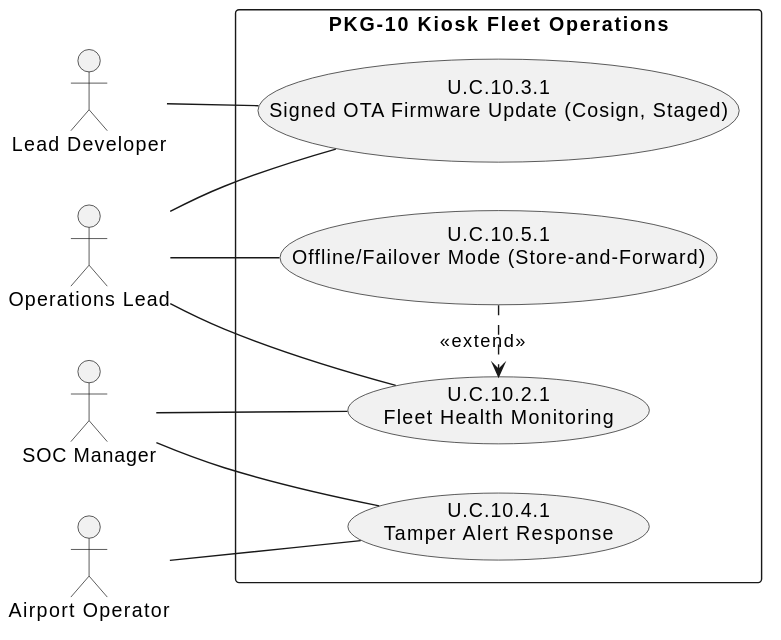
pauloribeiro16/Methodology_compact keeps this PlantUML diagram as 02_CASES/Case_02_SecureBorder_Solutions/03_PHASE3_DECOMPOSITION/annexes/svg/A_s4_pkg_10_kiosk_fleet_operations_4_use_case.svg. Above is the earlier version.
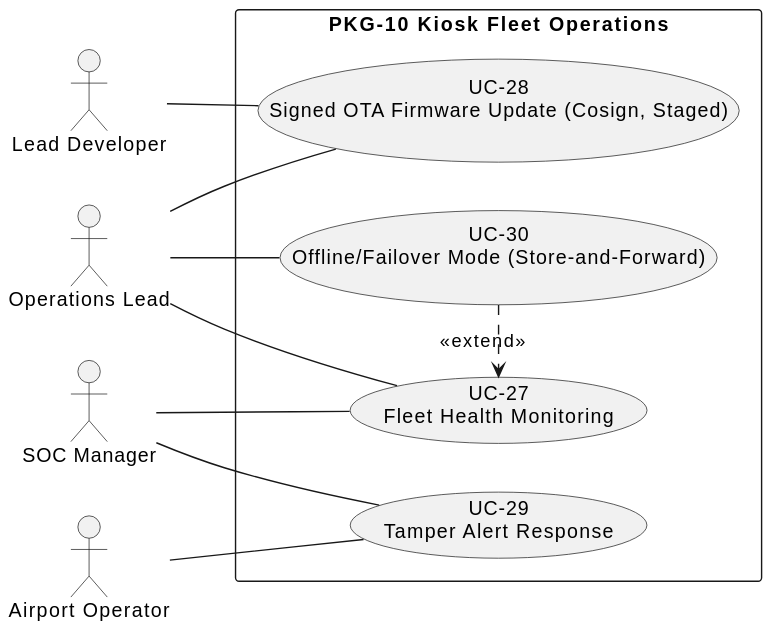
The same diagram one commit later.

The edit, as a diff of the source:
```diff
@@ -5,10 +5,10 @@
 actor "Lead Developer" as DEV
 actor "Airport Operator" as APT
 rectangle "PKG-10 Kiosk Fleet Operations" {
-usecase "U.C.10.2.1\nFleet Health Monitoring" as UC1021
-usecase "U.C.10.3.1\nSigned OTA Firmware Update (Cosign, Staged)" as UC1031
-usecase "U.C.10.4.1\nTamper Alert Response" as UC1041
-usecase "U.C.10.5.1\nOffline/Failover Mode (Store-and-Forward)" as UC1051
+usecase "UC-27\nFleet Health Monitoring" as UC1021
+usecase "UC-28\nSigned OTA Firmware Update (Cosign, Staged)" as UC1031
+usecase "UC-29\nTamper Alert Response" as UC1041
+usecase "UC-30\nOffline/Failover Mode (Store-and-Forward)" as UC1051
 }
 OPS -- UC1021
 OPS -- UC1031
```
